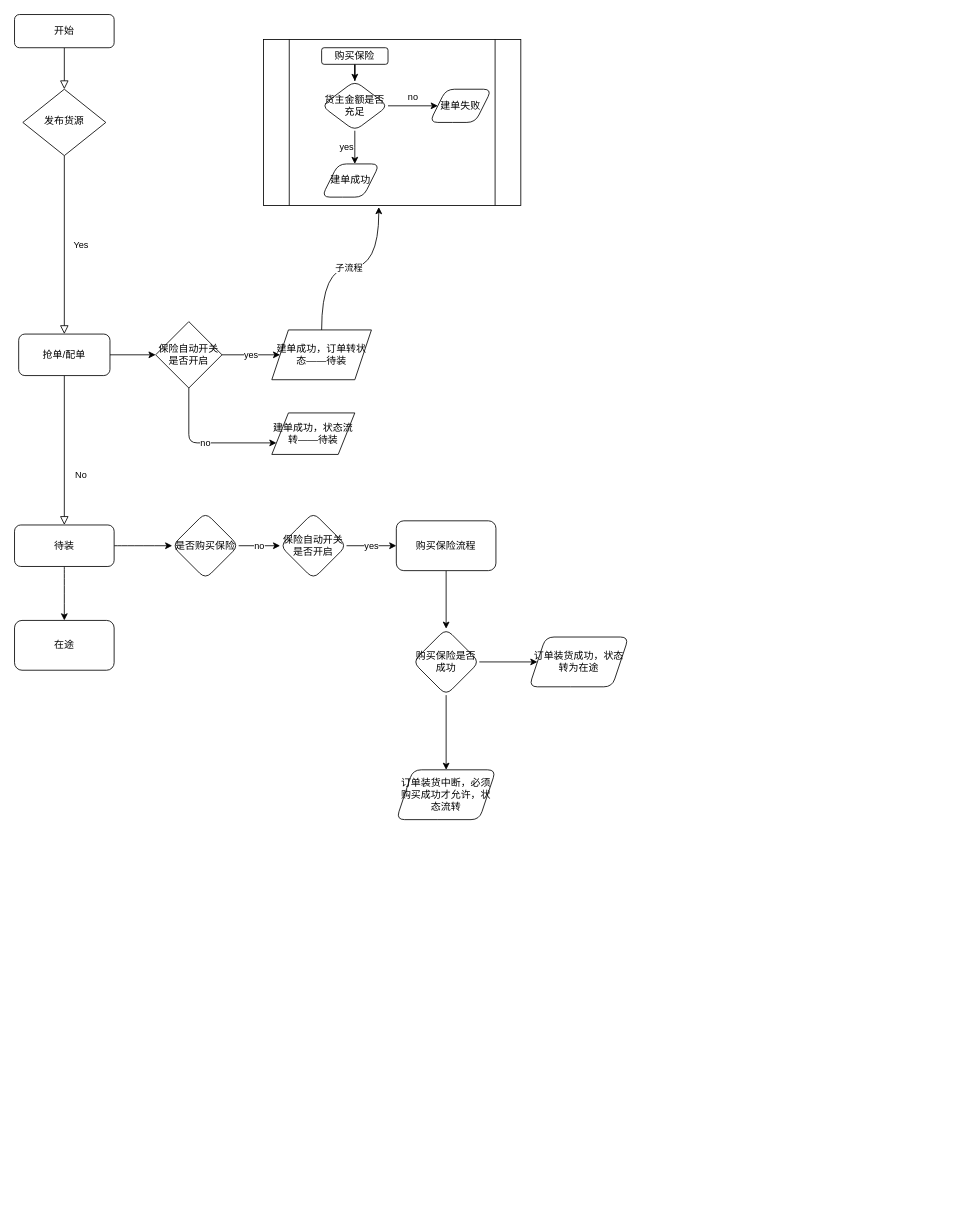
aluohe/aluohe_img keeps this draw.io diagram as 未命名绘图.drawio. Above is the earlier version. Source tidied: cells renumbered, new cells numbered last; positions are measured from the earlier drawing's top-left corner, leaving out a move shared by most shapes. Both pictures are drawn from the tidied source at 83%, with x=0, y=0 at pixel (14, 14).
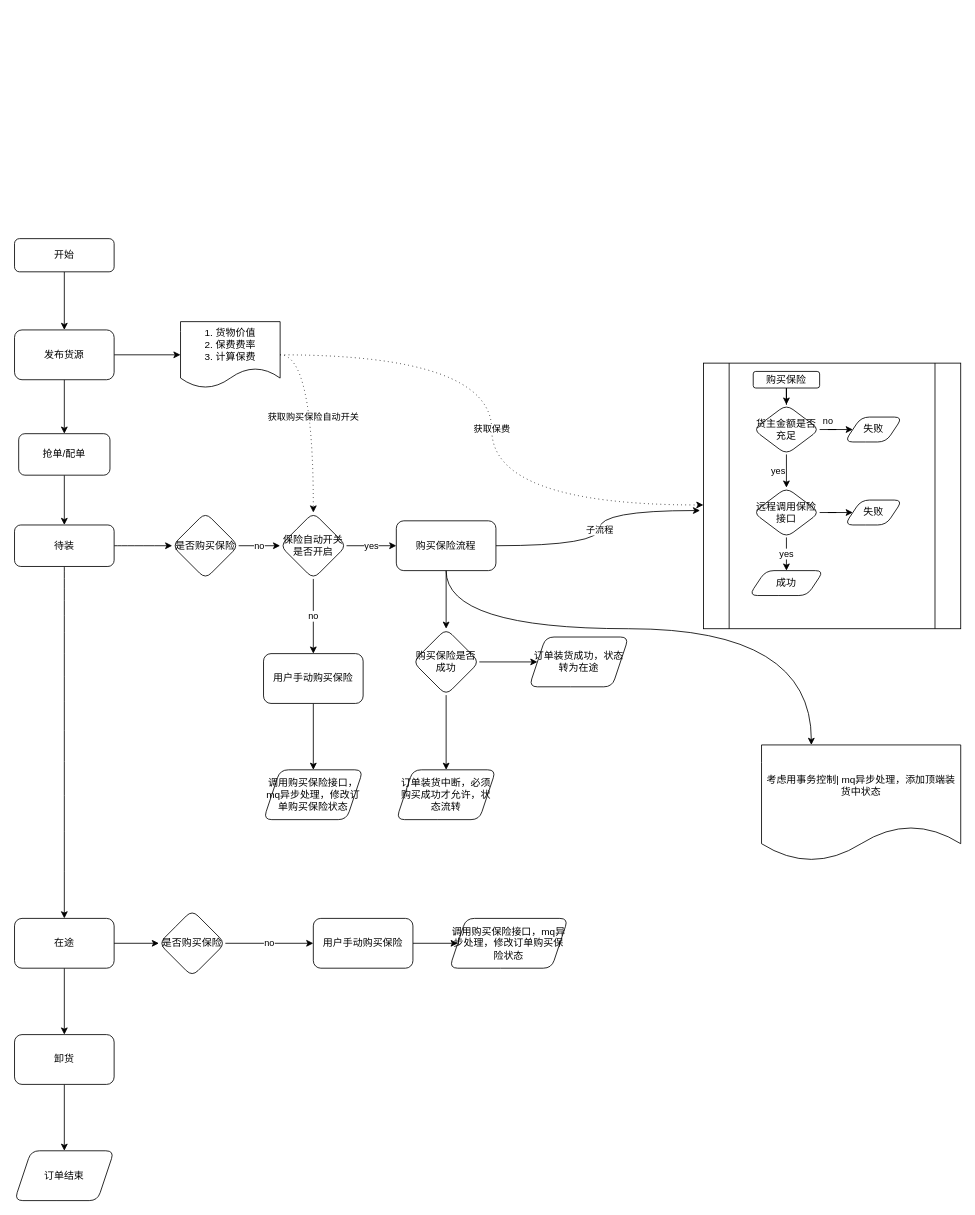
After the change.

Commit message:
保险单处理流程.drawio

The change refers to these unchanged cells:
```xml
<mxCell id="9" value="待装" style="rounded=1;whiteSpace=wrap;html=1;fontSize=12;glass=0;strokeWidth=1;shadow=0;" parent="1" vertex="1">
  <mxGeometry y="615" width="120" height="50" as="geometry" />
</mxCell>
<mxCell id="30" value="保险自动开关是否开启" style="rhombus;whiteSpace=wrap;html=1;rounded=1;shadow=0;strokeWidth=1;glass=0;" parent="1" vertex="1">
  <mxGeometry x="320" y="600" width="80" height="80" as="geometry" />
</mxCell>
<mxCell id="32" value="购买保险流程" style="whiteSpace=wrap;html=1;rounded=1;shadow=0;strokeWidth=1;glass=0;" parent="1" vertex="1">
  <mxGeometry x="460" y="610" width="120" height="60" as="geometry" />
</mxCell>
```

Diff of the diagram source:
```diff
@@
-    <mxCell id="2" style="rounded=0;html=1;jettySize=auto;fontSize=11;endArrow=block;endFill=0;endSize=8;strokeWidth=1;shadow=0;labelBackgroundColor=none;edgeStyle=orthogonalEdgeStyle;" parent="1" edge="1" source="3" target="5">
+    <mxCell id="2" style="edgeStyle=orthogonalEdgeStyle;rounded=0;jettySize=auto;html=1;" parent="1" edge="1" source="3" target="5">
       <mxGeometry relative="1" as="geometry" />
     </mxCell>
     <mxCell id="3" value="开始" style="rounded=1;whiteSpace=wrap;html=1;fontSize=12;glass=0;strokeWidth=1;shadow=0;" parent="1" vertex="1">
-      <mxGeometry width="120" height="40" as="geometry" />
+      <mxGeometry y="270" width="120" height="40" as="geometry" />
     </mxCell>
-    <mxCell id="4" value="Yes" style="rounded=0;html=1;jettySize=auto;fontSize=11;endArrow=block;endFill=0;endSize=8;strokeWidth=1;shadow=0;labelBackgroundColor=none;edgeStyle=orthogonalEdgeStyle;exitX=0.5;exitY=1;exitDx=0;exitDy=0;entryX=0.5;entryY=0;entryDx=0;entryDy=0;" parent="1" edge="1" source="5" target="25">
-      <mxGeometry y="20" relative="1" as="geometry" />
+    <mxCell id="4" style="edgeStyle=orthogonalEdgeStyle;rounded=0;jettySize=auto;html=1;exitX=0.5;exitY=1;exitDx=0;exitDy=0;" parent="1" edge="1" source="5" target="25">
+      <mxGeometry relative="1" as="geometry" />
     </mxCell>
-    <mxCell id="5" value="发布货源" style="rhombus;whiteSpace=wrap;html=1;shadow=0;fontFamily=Helvetica;fontSize=12;align=center;strokeWidth=1;spacing=6;spacingTop=-4;" parent="1" vertex="1">
-      <mxGeometry x="10" y="90" width="100" height="80" as="geometry" />
-    </mxCell>
-    <mxCell id="6" value="No" style="rounded=0;html=1;jettySize=auto;fontSize=11;endArrow=block;endFill=0;endSize=8;strokeWidth=1;shadow=0;labelBackgroundColor=none;edgeStyle=orthogonalEdgeStyle;exitX=0.5;exitY=1;exitDx=0;exitDy=0;" parent="1" edge="1" source="25" target="9">
-      <mxGeometry x="0.33" y="20" relative="1" as="geometry" />
-    </mxCell>
@@
-    <mxCell id="10" value="yes" style="edgeStyle=orthogonalEdgeStyle;rounded=0;jettySize=auto;html=1;" parent="1" edge="1" source="12" target="14">
-      <mxGeometry relative="1" as="geometry" />
-    </mxCell>
-    <mxCell id="11" value="no" style="edgeStyle=orthogonalEdgeStyle;jettySize=auto;html=1;endArrow=classic;endFill=1;rounded=1;entryX=0;entryY=0.75;entryDx=0;entryDy=0;" parent="1" edge="1" source="12" target="23">
-      <mxGeometry relative="1" as="geometry">
-        <Array as="points">
-          <mxPoint x="210" y="516" />
-        </Array>
-      </mxGeometry>
-    </mxCell>
-    <mxCell id="12" value="保险自动开关是否开启" style="rhombus;whiteSpace=wrap;html=1;" parent="1" vertex="1">
-      <mxGeometry x="170" y="370" width="80" height="80" as="geometry" />
-    </mxCell>
-    <mxCell id="13" value="子流程" style="edgeStyle=orthogonalEdgeStyle;jettySize=auto;html=1;entryX=0.448;entryY=1.01;entryDx=0;entryDy=0;entryPerimeter=0;endArrow=classic;endFill=1;curved=1;" parent="1" edge="1" source="14" target="15">
-      <mxGeometry relative="1" as="geometry" />
-    </mxCell>
-    <mxCell id="14" value="建单成功，订单转状态——待装" style="shape=parallelogram;perimeter=parallelogramPerimeter;whiteSpace=wrap;html=1;fixedSize=1;" parent="1" vertex="1">
-      <mxGeometry x="310" y="380" width="120" height="60" as="geometry" />
-    </mxCell>
     <mxCell id="15" style="shape=process;whiteSpace=wrap;html=1;backgroundOutline=1;" parent="1" vertex="1">
-      <mxGeometry x="300" y="30" width="310" height="200" as="geometry" />
+      <mxGeometry x="830" y="420" width="310" height="320" as="geometry" />
     </mxCell>
@@
     <mxCell id="17" value="购买保险" style="rounded=1;whiteSpace=wrap;html=1;" parent="1" vertex="1">
-      <mxGeometry x="370" y="40" width="80" height="20" as="geometry" />
+      <mxGeometry x="890" y="430" width="80" height="20" as="geometry" />
     </mxCell>
@@
-    <mxCell id="19" value="yes" style="edgeStyle=orthogonalEdgeStyle;rounded=0;jettySize=auto;html=1;endArrow=classic;endFill=1;" parent="1" edge="1" source="20" target="22">
-      <mxGeometry y="-10" relative="1" as="geometry">
-        <Array as="points">
-          <mxPoint x="410" y="160" />
-          <mxPoint x="410" y="160" />
-        </Array>
-      </mxGeometry>
+    <mxCell id="19" value="yes" style="edgeStyle=orthogonalEdgeStyle;rounded=0;jettySize=auto;html=1;endArrow=classic;endFill=1;entryX=0.5;entryY=0;entryDx=0;entryDy=0;" parent="1" edge="1" source="20" target="45">
+      <mxGeometry y="-10" relative="1" as="geometry" />
     </mxCell>
     <mxCell id="20" value="货主金额是否充足" style="rhombus;whiteSpace=wrap;html=1;rounded=1;" parent="1" vertex="1">
-      <mxGeometry x="370" y="80" width="80" height="60" as="geometry" />
+      <mxGeometry x="890" y="470" width="80" height="60" as="geometry" />
     </mxCell>
-    <mxCell id="21" value="建单失败" style="shape=parallelogram;perimeter=parallelogramPerimeter;whiteSpace=wrap;html=1;fixedSize=1;rounded=1;" parent="1" vertex="1">
-      <mxGeometry x="500" y="90" width="75" height="40" as="geometry" />
+    <mxCell id="21" value="失败" style="shape=parallelogram;perimeter=parallelogramPerimeter;whiteSpace=wrap;html=1;fixedSize=1;rounded=1;" parent="1" vertex="1">
+      <mxGeometry x="1000" y="485" width="70" height="30" as="geometry" />
     </mxCell>
-    <mxCell id="22" value="建单成功" style="shape=parallelogram;perimeter=parallelogramPerimeter;whiteSpace=wrap;html=1;fixedSize=1;rounded=1;" parent="1" vertex="1">
-      <mxGeometry x="370" y="180" width="70" height="40" as="geometry" />
-    </mxCell>
-    <mxCell id="23" value="建单成功，状态流转——待装" style="shape=parallelogram;perimeter=parallelogramPerimeter;whiteSpace=wrap;html=1;fixedSize=1;" parent="1" vertex="1">
-      <mxGeometry x="310" y="480" width="100" height="50" as="geometry" />
-    </mxCell>
-    <mxCell id="24" style="edgeStyle=orthogonalEdgeStyle;rounded=1;jettySize=auto;html=1;endArrow=classic;endFill=1;exitX=1;exitY=0.5;exitDx=0;exitDy=0;" parent="1" edge="1" source="25" target="12">
-      <mxGeometry relative="1" as="geometry" />
-    </mxCell>
+    <mxCell id="6" style="edgeStyle=orthogonalEdgeStyle;rounded=0;jettySize=auto;html=1;exitX=0.5;exitY=1;exitDx=0;exitDy=0;entryX=0.5;entryY=0;entryDx=0;entryDy=0;" parent="1" edge="1" source="25" target="9">
+      <mxGeometry relative="1" as="geometry" />
+    </mxCell>
     <mxCell id="25" value="&lt;span&gt;抢单/配单&lt;/span&gt;" style="rounded=1;whiteSpace=wrap;html=1;" parent="1" vertex="1">
-      <mxGeometry x="5" y="385" width="110" height="50" as="geometry" />
+      <mxGeometry x="5" y="505" width="110" height="50" as="geometry" />
     </mxCell>
@@
+    <mxCell id="38" style="edgeStyle=orthogonalEdgeStyle;rounded=0;jettySize=auto;html=1;" parent="1" edge="1" source="28" target="55">
+      <mxGeometry relative="1" as="geometry" />
+    </mxCell>
     <mxCell id="28" value="在途" style="whiteSpace=wrap;html=1;rounded=1;shadow=0;strokeWidth=1;glass=0;" parent="1" vertex="1">
-      <mxGeometry y="730" width="120" height="60" as="geometry" />
+      <mxGeometry y="1089" width="120" height="60" as="geometry" />
     </mxCell>
@@
+    <mxCell id="39" value="no" style="edgeStyle=orthogonalEdgeStyle;rounded=0;jettySize=auto;html=1;" parent="1" edge="1" source="30" target="42">
+      <mxGeometry relative="1" as="geometry" />
+    </mxCell>
@@
+    <mxCell id="13" value="子流程" style="edgeStyle=orthogonalEdgeStyle;jettySize=auto;html=1;exitX=1;exitY=0.5;exitDx=0;exitDy=0;entryX=-0.013;entryY=0.555;entryDx=0;entryDy=0;entryPerimeter=0;curved=1;" parent="1" edge="1" source="32" target="15">
+      <mxGeometry relative="1" as="geometry" />
+    </mxCell>
+    <mxCell id="40" style="edgeStyle=orthogonalEdgeStyle;curved=1;jettySize=auto;html=1;" parent="1" edge="1" source="32" target="61">
+      <mxGeometry relative="1" as="geometry">
+        <Array as="points">
+          <mxPoint x="520" y="740" />
+          <mxPoint x="960" y="740" />
+        </Array>
+      </mxGeometry>
+    </mxCell>
@@
+    <mxCell id="41" style="edgeStyle=orthogonalEdgeStyle;rounded=0;jettySize=auto;html=1;" parent="1" edge="1" source="42" target="43">
+      <mxGeometry relative="1" as="geometry" />
+    </mxCell>
+    <mxCell id="42" value="用户手动购买保险" style="whiteSpace=wrap;html=1;rounded=1;shadow=0;strokeWidth=1;glass=0;" parent="1" vertex="1">
+      <mxGeometry x="300" y="770" width="120" height="60" as="geometry" />
+    </mxCell>
+    <mxCell id="43" value="调用购买保险接口，mq异步处理，修改订单购买保险状态" style="shape=parallelogram;perimeter=parallelogramPerimeter;whiteSpace=wrap;html=1;fixedSize=1;rounded=1;shadow=0;strokeWidth=1;glass=0;" parent="1" vertex="1">
+      <mxGeometry x="300" y="910" width="120" height="60" as="geometry" />
+    </mxCell>
+    <mxCell id="10" value="yes" style="edgeStyle=orthogonalEdgeStyle;rounded=0;jettySize=auto;html=1;" parent="1" edge="1" source="45" target="46">
+      <mxGeometry relative="1" as="geometry" />
+    </mxCell>
+    <mxCell id="44" style="edgeStyle=orthogonalEdgeStyle;jettySize=auto;html=1;rounded=0;" parent="1" edge="1" source="45" target="47">
+      <mxGeometry relative="1" as="geometry" />
+    </mxCell>
+    <mxCell id="45" value="远程调用保险接口" style="rhombus;whiteSpace=wrap;html=1;rounded=1;" parent="1" vertex="1">
+      <mxGeometry x="890" y="570" width="80" height="60" as="geometry" />
+    </mxCell>
+    <mxCell id="46" value="成功" style="shape=parallelogram;perimeter=parallelogramPerimeter;whiteSpace=wrap;html=1;fixedSize=1;rounded=1;" parent="1" vertex="1">
+      <mxGeometry x="885" y="670" width="90" height="30" as="geometry" />
+    </mxCell>
+    <mxCell id="47" value="失败" style="shape=parallelogram;perimeter=parallelogramPerimeter;whiteSpace=wrap;html=1;fixedSize=1;rounded=1;" parent="1" vertex="1">
+      <mxGeometry x="1000" y="585" width="70" height="30" as="geometry" />
+    </mxCell>
+    <mxCell id="48" style="edgeStyle=orthogonalEdgeStyle;jettySize=auto;html=1;endArrow=classic;endFill=1;exitX=1;exitY=0.5;exitDx=0;exitDy=0;rounded=0;" parent="1" edge="1" source="28" target="50">
+      <mxGeometry relative="1" as="geometry" />
+    </mxCell>
+    <mxCell id="49" value="no" style="edgeStyle=orthogonalEdgeStyle;jettySize=auto;html=1;endArrow=classic;endFill=1;exitX=1;exitY=0.5;exitDx=0;exitDy=0;rounded=0;entryX=0;entryY=0.5;entryDx=0;entryDy=0;" parent="1" edge="1" source="50" target="52">
+      <mxGeometry relative="1" as="geometry" />
+    </mxCell>
+    <mxCell id="50" value="是否购买保险" style="rhombus;whiteSpace=wrap;html=1;rounded=1;shadow=0;strokeWidth=1;glass=0;" parent="1" vertex="1">
+      <mxGeometry x="174" y="1079" width="80" height="80" as="geometry" />
+    </mxCell>
+    <mxCell id="51" style="edgeStyle=orthogonalEdgeStyle;rounded=0;jettySize=auto;html=1;" parent="1" edge="1" source="52" target="53">
+      <mxGeometry relative="1" as="geometry" />
+    </mxCell>
+    <mxCell id="52" value="用户手动购买保险" style="whiteSpace=wrap;html=1;rounded=1;shadow=0;strokeWidth=1;glass=0;" parent="1" vertex="1">
+      <mxGeometry x="360" y="1089" width="120" height="60" as="geometry" />
+    </mxCell>
+    <mxCell id="53" value="调用购买保险接口，mq异步处理，修改订单购买保险状态" style="shape=parallelogram;perimeter=parallelogramPerimeter;whiteSpace=wrap;html=1;fixedSize=1;rounded=1;shadow=0;strokeWidth=1;glass=0;" parent="1" vertex="1">
+      <mxGeometry x="524" y="1089" width="143" height="60" as="geometry" />
+    </mxCell>
+    <mxCell id="54" style="edgeStyle=orthogonalEdgeStyle;rounded=0;jettySize=auto;html=1;" parent="1" edge="1" source="55" target="56">
+      <mxGeometry relative="1" as="geometry" />
+    </mxCell>
+    <mxCell id="55" value="卸货" style="whiteSpace=wrap;html=1;rounded=1;shadow=0;strokeWidth=1;glass=0;" parent="1" vertex="1">
+      <mxGeometry y="1229" width="120" height="60" as="geometry" />
+    </mxCell>
+    <mxCell id="56" value="订单结束" style="shape=parallelogram;perimeter=parallelogramPerimeter;whiteSpace=wrap;html=1;fixedSize=1;rounded=1;shadow=0;strokeWidth=1;glass=0;" parent="1" vertex="1">
+      <mxGeometry y="1369" width="120" height="60" as="geometry" />
+    </mxCell>
+    <mxCell id="57" style="edgeStyle=orthogonalEdgeStyle;rounded=0;jettySize=auto;html=1;" parent="1" edge="1" source="5" target="60">
+      <mxGeometry relative="1" as="geometry" />
+    </mxCell>
+    <mxCell id="5" value="发布货源" style="whiteSpace=wrap;html=1;rounded=1;shadow=0;strokeWidth=1;glass=0;" parent="1" vertex="1">
+      <mxGeometry y="380" width="120" height="60" as="geometry" />
+    </mxCell>
+    <mxCell id="58" value="获取保费" style="edgeStyle=orthogonalEdgeStyle;jettySize=auto;html=1;exitX=1;exitY=0.5;exitDx=0;exitDy=0;entryX=0;entryY=0.534;entryDx=0;entryDy=0;entryPerimeter=0;dashed=1;dashPattern=1 4;curved=1;" parent="1" edge="1" source="60" target="15">
+      <mxGeometry relative="1" as="geometry" />
+    </mxCell>
+    <mxCell id="59" value="获取购买保险自动开关" style="edgeStyle=orthogonalEdgeStyle;curved=1;jettySize=auto;html=1;exitX=1;exitY=0.5;exitDx=0;exitDy=0;dashed=1;dashPattern=1 4;" parent="1" edge="1" source="60" target="30">
+      <mxGeometry relative="1" as="geometry" />
+    </mxCell>
+    <mxCell id="60" value="1. 货物价值&lt;br&gt;2. 保费费率&lt;br&gt;3. 计算保费" style="shape=document;whiteSpace=wrap;html=1;boundedLbl=1;rounded=1;shadow=0;strokeWidth=1;glass=0;" parent="1" vertex="1">
+      <mxGeometry x="200" y="370" width="120" height="80" as="geometry" />
+    </mxCell>
+    <mxCell id="61" value="考虑用事务控制| mq异步处理，添加顶端装货中状态" style="shape=document;whiteSpace=wrap;html=1;boundedLbl=1;rounded=1;shadow=0;strokeWidth=1;glass=0;" parent="1" vertex="1">
+      <mxGeometry x="900" y="880" width="240" height="140" as="geometry" />
+    </mxCell>
```
